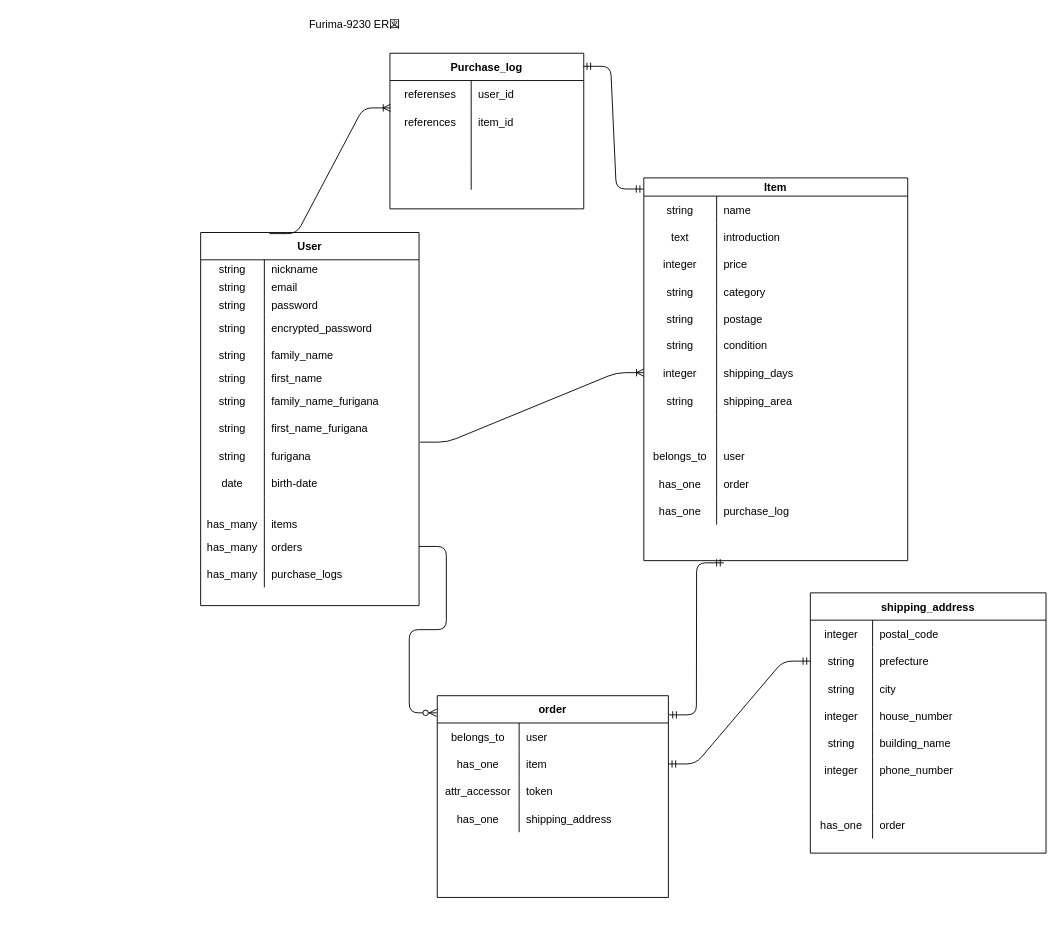
Earlier version of the draw.io diagram test.dio (makuto114/furima-9230). Source tidied: cells renumbered, new cells numbered last; positions are measured from the earlier drawing's top-left corner, leaving out a move shared by most shapes. Both pictures are drawn from the tidied source at 91%, with x=0, y=0 at pixel (200, 15).
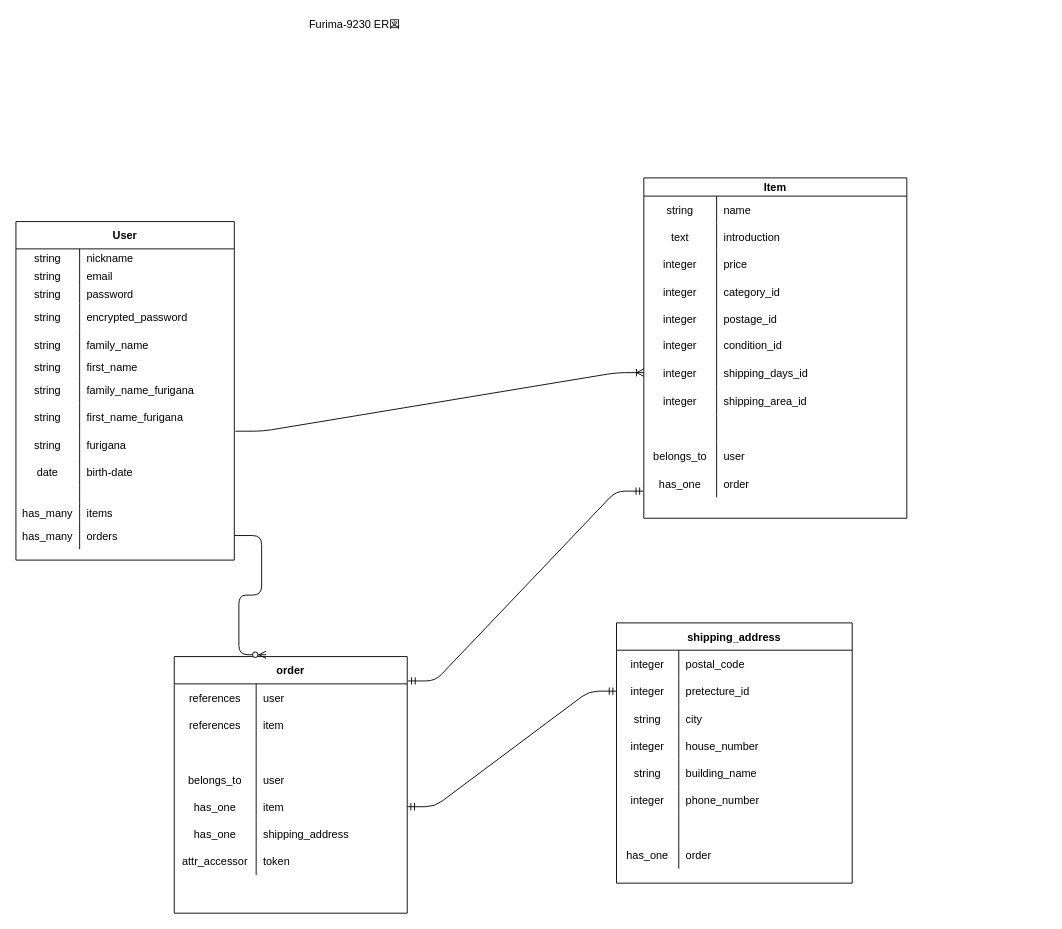
The same diagram, later.

Commit message (it also covers changes not shown here):
ER図・README　修正２回目

The change refers to these unchanged cells:
```xml
<mxCell id="39" style="shape=partialRectangle;fillColor=none;top=0;left=0;bottom=0;right=0;points=[[0,0.5],[1,0.5]];portConstraint=eastwest;" parent="2" vertex="1">
  <mxGeometry y="330" width="240" height="30" as="geometry" />
</mxCell>
<mxCell id="102" style="shape=partialRectangle;fillColor=none;top=0;left=0;bottom=0;right=0;points=[[0,0.5],[1,0.5]];portConstraint=eastwest;" parent="98" vertex="1">
  <mxGeometry y="60" width="259" height="30" as="geometry" />
</mxCell>
```

Change to the diagram source:
```diff
@@
     <mxCell id="2" value="User" style="shape=table;startSize=30;childLayout=tableLayout;rowLines=0;fontStyle=1;align=center;" parent="1" vertex="1">
-      <mxGeometry y="238" width="240" height="410" as="geometry" />
+      <mxGeometry x="-203" y="226" width="240" height="372" as="geometry" />
     </mxCell>
@@
-    <mxCell id="42" style="shape=partialRectangle;fillColor=none;top=0;left=0;bottom=0;right=0;" parent="2" vertex="1">
-      <mxGeometry y="360" width="240" height="30" as="geometry" />
-    </mxCell>
-    <mxCell id="43" value="has_many" style="shape=partialRectangle;fillColor=none;top=0;left=0;bottom=0;right=0;overflow=hidden;" parent="42" vertex="1">
-      <mxGeometry width="70" height="30" as="geometry" />
-    </mxCell>
-    <mxCell id="44" value="purchase_logs" style="shape=partialRectangle;fillColor=none;top=0;left=0;bottom=0;right=0;align=left;spacingLeft=6;overflow=hidden;" parent="42" vertex="1">
-      <mxGeometry x="70" width="170" height="30" as="geometry" />
-    </mxCell>
     <mxCell id="45" value="Item" style="shape=table;startSize=20;childLayout=tableLayout;rowLines=0;fontStyle=1;align=center;" parent="1" vertex="1">
-      <mxGeometry x="487" y="178" width="290" height="420.6" as="geometry" />
+      <mxGeometry x="487" y="178" width="289" height="374" as="geometry" />
     </mxCell>
     <mxCell id="46" style="shape=partialRectangle;fillColor=none;top=0;left=0;bottom=0;right=0;" parent="45" vertex="1">
-      <mxGeometry y="20" width="290" height="30" as="geometry" />
+      <mxGeometry y="20" width="289" height="30" as="geometry" />
     </mxCell>
@@
     <mxCell id="48" value="name" style="shape=partialRectangle;fillColor=none;top=0;left=0;bottom=0;right=0;align=left;spacingLeft=6;overflow=hidden;" parent="46" vertex="1">
-      <mxGeometry x="80" width="210" height="30" as="geometry" />
+      <mxGeometry x="80" width="209" height="30" as="geometry" />
     </mxCell>
     <mxCell id="49" style="shape=partialRectangle;fillColor=none;top=0;left=0;bottom=0;right=0;" parent="45" vertex="1">
-      <mxGeometry y="50" width="290" height="30" as="geometry" />
+      <mxGeometry y="50" width="289" height="30" as="geometry" />
     </mxCell>
@@
     <mxCell id="51" value="introduction" style="shape=partialRectangle;fillColor=none;top=0;left=0;bottom=0;right=0;align=left;spacingLeft=6;overflow=hidden;" parent="49" vertex="1">
-      <mxGeometry x="80" width="210" height="30" as="geometry" />
+      <mxGeometry x="80" width="209" height="30" as="geometry" />
     </mxCell>
     <mxCell id="52" style="shape=partialRectangle;fillColor=none;top=0;left=0;bottom=0;right=0;" parent="45" vertex="1">
-      <mxGeometry y="80" width="290" height="30" as="geometry" />
+      <mxGeometry y="80" width="289" height="30" as="geometry" />
     </mxCell>
@@
     <mxCell id="54" value="price" style="shape=partialRectangle;fillColor=none;top=0;left=0;bottom=0;right=0;align=left;spacingLeft=6;overflow=hidden;" parent="52" vertex="1">
-      <mxGeometry x="80" width="210" height="30" as="geometry" />
+      <mxGeometry x="80" width="209" height="30" as="geometry" />
     </mxCell>
     <mxCell id="55" style="shape=partialRectangle;fillColor=none;top=0;left=0;bottom=0;right=0;" parent="45" vertex="1">
-      <mxGeometry y="110" width="290" height="30" as="geometry" />
+      <mxGeometry y="110" width="289" height="30" as="geometry" />
     </mxCell>
-    <mxCell id="56" value="string" style="shape=partialRectangle;fillColor=none;top=0;left=0;bottom=0;right=0;overflow=hidden;" parent="55" vertex="1">
+    <mxCell id="56" value="integer" style="shape=partialRectangle;fillColor=none;top=0;left=0;bottom=0;right=0;overflow=hidden;" parent="55" vertex="1">
       <mxGeometry width="80" height="30" as="geometry" />
     </mxCell>
-    <mxCell id="57" value="category" style="shape=partialRectangle;fillColor=none;top=0;left=0;bottom=0;right=0;align=left;spacingLeft=6;overflow=hidden;" parent="55" vertex="1">
-      <mxGeometry x="80" width="210" height="30" as="geometry" />
+    <mxCell id="57" value="category_id" style="shape=partialRectangle;fillColor=none;top=0;left=0;bottom=0;right=0;align=left;spacingLeft=6;overflow=hidden;" parent="55" vertex="1">
+      <mxGeometry x="80" width="209" height="30" as="geometry" />
     </mxCell>
     <mxCell id="58" style="shape=partialRectangle;fillColor=none;top=0;left=0;bottom=0;right=0;" parent="45" vertex="1">
-      <mxGeometry y="140" width="290" height="29" as="geometry" />
+      <mxGeometry y="140" width="289" height="29" as="geometry" />
     </mxCell>
-    <mxCell id="59" value="string" style="shape=partialRectangle;fillColor=none;top=0;left=0;bottom=0;right=0;overflow=hidden;" parent="58" vertex="1">
+    <mxCell id="59" value="integer" style="shape=partialRectangle;fillColor=none;top=0;left=0;bottom=0;right=0;overflow=hidden;" parent="58" vertex="1">
       <mxGeometry width="80" height="29" as="geometry" />
     </mxCell>
-    <mxCell id="60" value="postage" style="shape=partialRectangle;fillColor=none;top=0;left=0;bottom=0;right=0;align=left;spacingLeft=6;overflow=hidden;" parent="58" vertex="1">
-      <mxGeometry x="80" width="210" height="29" as="geometry" />
+    <mxCell id="60" value="postage_id" style="shape=partialRectangle;fillColor=none;top=0;left=0;bottom=0;right=0;align=left;spacingLeft=6;overflow=hidden;" parent="58" vertex="1">
+      <mxGeometry x="80" width="209" height="29" as="geometry" />
     </mxCell>
     <mxCell id="61" style="shape=partialRectangle;fillColor=none;top=0;left=0;bottom=0;right=0;" parent="45" vertex="1">
-      <mxGeometry y="169" width="290" height="30" as="geometry" />
+      <mxGeometry y="169" width="289" height="30" as="geometry" />
     </mxCell>
-    <mxCell id="62" value="string" style="shape=partialRectangle;fillColor=none;top=0;left=0;bottom=0;right=0;overflow=hidden;" parent="61" vertex="1">
+    <mxCell id="62" value="integer" style="shape=partialRectangle;fillColor=none;top=0;left=0;bottom=0;right=0;overflow=hidden;" parent="61" vertex="1">
       <mxGeometry width="80" height="30" as="geometry" />
     </mxCell>
-    <mxCell id="63" value="condition" style="shape=partialRectangle;fillColor=none;top=0;left=0;bottom=0;right=0;align=left;spacingLeft=6;overflow=hidden;" parent="61" vertex="1">
-      <mxGeometry x="80" width="210" height="30" as="geometry" />
+    <mxCell id="63" value="condition_id" style="shape=partialRectangle;fillColor=none;top=0;left=0;bottom=0;right=0;align=left;spacingLeft=6;overflow=hidden;" parent="61" vertex="1">
+      <mxGeometry x="80" width="209" height="30" as="geometry" />
     </mxCell>
     <mxCell id="64" style="shape=partialRectangle;fillColor=none;top=0;left=0;bottom=0;right=0;points=[[0,0.5],[1,0.5]];portConstraint=eastwest;" parent="45" vertex="1">
-      <mxGeometry y="199" width="290" height="30" as="geometry" />
+      <mxGeometry y="199" width="289" height="30" as="geometry" />
     </mxCell>
@@
-    <mxCell id="66" value="shipping_days" style="shape=partialRectangle;fillColor=none;top=0;left=0;bottom=0;right=0;align=left;spacingLeft=6;overflow=hidden;" parent="64" vertex="1">
-      <mxGeometry x="80" width="210" height="30" as="geometry" />
+    <mxCell id="66" value="shipping_days_id" style="shape=partialRectangle;fillColor=none;top=0;left=0;bottom=0;right=0;align=left;spacingLeft=6;overflow=hidden;" parent="64" vertex="1">
+      <mxGeometry x="80" width="209" height="30" as="geometry" />
     </mxCell>
     <mxCell id="67" style="shape=partialRectangle;fillColor=none;top=0;left=0;bottom=0;right=0;" parent="45" vertex="1">
-      <mxGeometry y="229" width="290" height="32" as="geometry" />
+      <mxGeometry y="229" width="289" height="32" as="geometry" />
     </mxCell>
-    <mxCell id="68" value="string" style="shape=partialRectangle;fillColor=none;top=0;left=0;bottom=0;right=0;overflow=hidden;" parent="67" vertex="1">
+    <mxCell id="68" value="integer" style="shape=partialRectangle;fillColor=none;top=0;left=0;bottom=0;right=0;overflow=hidden;" parent="67" vertex="1">
       <mxGeometry width="80" height="32" as="geometry" />
     </mxCell>
-    <mxCell id="69" value="shipping_area" style="shape=partialRectangle;fillColor=none;top=0;left=0;bottom=0;right=0;align=left;spacingLeft=6;overflow=hidden;" parent="67" vertex="1">
-      <mxGeometry x="80" width="210" height="32" as="geometry" />
+    <mxCell id="69" value="shipping_area_id" style="shape=partialRectangle;fillColor=none;top=0;left=0;bottom=0;right=0;align=left;spacingLeft=6;overflow=hidden;" parent="67" vertex="1">
+      <mxGeometry x="80" width="209" height="32" as="geometry" />
     </mxCell>
     <mxCell id="70" style="shape=partialRectangle;fillColor=none;top=0;left=0;bottom=0;right=0;" parent="45" vertex="1">
-      <mxGeometry y="261" width="290" height="30" as="geometry" />
+      <mxGeometry y="261" width="289" height="30" as="geometry" />
     </mxCell>
@@
     <mxCell id="72" style="shape=partialRectangle;fillColor=none;top=0;left=0;bottom=0;right=0;align=left;spacingLeft=6;overflow=hidden;" parent="70" vertex="1">
-      <mxGeometry x="80" width="210" height="30" as="geometry" />
+      <mxGeometry x="80" width="209" height="30" as="geometry" />
     </mxCell>
     <mxCell id="73" style="shape=partialRectangle;fillColor=none;top=0;left=0;bottom=0;right=0;" parent="45" vertex="1">
-      <mxGeometry y="291" width="290" height="30" as="geometry" />
+      <mxGeometry y="291" width="289" height="30" as="geometry" />
     </mxCell>
@@
     <mxCell id="75" value="user" style="shape=partialRectangle;fillColor=none;top=0;left=0;bottom=0;right=0;align=left;spacingLeft=6;overflow=hidden;" parent="73" vertex="1">
-      <mxGeometry x="80" width="210" height="30" as="geometry" />
+      <mxGeometry x="80" width="209" height="30" as="geometry" />
     </mxCell>
     <mxCell id="76" style="shape=partialRectangle;fillColor=none;top=0;left=0;bottom=0;right=0;points=[[0,0.5],[1,0.5]];portConstraint=eastwest;" parent="45" vertex="1">
-      <mxGeometry y="321" width="290" height="30" as="geometry" />
+      <mxGeometry y="321" width="289" height="30" as="geometry" />
     </mxCell>
@@
     <mxCell id="78" value="order" style="shape=partialRectangle;fillColor=none;top=0;left=0;bottom=0;right=0;align=left;spacingLeft=6;overflow=hidden;" parent="76" vertex="1">
-      <mxGeometry x="80" width="210" height="30" as="geometry" />
+      <mxGeometry x="80" width="209" height="30" as="geometry" />
     </mxCell>
-    <mxCell id="79" style="shape=partialRectangle;fillColor=none;top=0;left=0;bottom=0;right=0;" parent="45" vertex="1">
-      <mxGeometry y="351" width="290" height="30" as="geometry" />
-    </mxCell>
-    <mxCell id="80" value="has_one" style="shape=partialRectangle;fillColor=none;top=0;left=0;bottom=0;right=0;overflow=hidden;" parent="79" vertex="1">
-      <mxGeometry width="80" height="30" as="geometry" />
-    </mxCell>
-    <mxCell id="81" value="purchase_log" style="shape=partialRectangle;fillColor=none;top=0;left=0;bottom=0;right=0;align=left;spacingLeft=6;overflow=hidden;" parent="79" vertex="1">
-      <mxGeometry x="80" width="210" height="30" as="geometry" />
-    </mxCell>
     <mxCell id="82" value="order" style="shape=table;startSize=30;childLayout=tableLayout;rowLines=0;fontStyle=1;align=center;" parent="1" vertex="1">
-      <mxGeometry x="260" y="747" width="254" height="221.7" as="geometry" />
+      <mxGeometry x="-29" y="704" width="256" height="282" as="geometry" />
     </mxCell>
+    <mxCell id="140" style="shape=partialRectangle;fillColor=none;top=0;left=0;bottom=0;right=0;" parent="82" vertex="1">
+      <mxGeometry y="30" width="256" height="30" as="geometry" />
+    </mxCell>
+    <mxCell id="141" value="references" style="shape=partialRectangle;fillColor=none;top=0;left=0;bottom=0;right=0;overflow=hidden;" parent="140" vertex="1">
+      <mxGeometry width="90" height="30" as="geometry" />
+    </mxCell>
+    <mxCell id="142" value="user" style="shape=partialRectangle;fillColor=none;top=0;left=0;bottom=0;right=0;align=left;spacingLeft=6;overflow=hidden;" parent="140" vertex="1">
+      <mxGeometry x="90" width="166" height="30" as="geometry" />
+    </mxCell>
+    <mxCell id="143" style="shape=partialRectangle;fillColor=none;top=0;left=0;bottom=0;right=0;" parent="82" vertex="1">
+      <mxGeometry y="60" width="256" height="30" as="geometry" />
+    </mxCell>
+    <mxCell id="144" value="references" style="shape=partialRectangle;fillColor=none;top=0;left=0;bottom=0;right=0;overflow=hidden;" parent="143" vertex="1">
+      <mxGeometry width="90" height="30" as="geometry" />
+    </mxCell>
+    <mxCell id="145" value="item" style="shape=partialRectangle;fillColor=none;top=0;left=0;bottom=0;right=0;align=left;spacingLeft=6;overflow=hidden;" parent="143" vertex="1">
+      <mxGeometry x="90" width="166" height="30" as="geometry" />
+    </mxCell>
+    <mxCell id="146" style="shape=partialRectangle;fillColor=none;top=0;left=0;bottom=0;right=0;" parent="82" vertex="1">
+      <mxGeometry y="90" width="256" height="30" as="geometry" />
+    </mxCell>
+    <mxCell id="147" style="shape=partialRectangle;fillColor=none;top=0;left=0;bottom=0;right=0;overflow=hidden;" parent="146" vertex="1">
+      <mxGeometry width="90" height="30" as="geometry" />
+    </mxCell>
+    <mxCell id="148" style="shape=partialRectangle;fillColor=none;top=0;left=0;bottom=0;right=0;align=left;spacingLeft=6;overflow=hidden;" parent="146" vertex="1">
+      <mxGeometry x="90" width="166" height="30" as="geometry" />
+    </mxCell>
     <mxCell id="83" style="shape=partialRectangle;fillColor=none;top=0;left=0;bottom=0;right=0;" parent="82" vertex="1">
-      <mxGeometry y="30" width="254" height="30" as="geometry" />
+      <mxGeometry y="120" width="256" height="30" as="geometry" />
     </mxCell>
@@
     <mxCell id="85" value="user" style="shape=partialRectangle;fillColor=none;top=0;left=0;bottom=0;right=0;align=left;spacingLeft=6;overflow=hidden;" parent="83" vertex="1">
-      <mxGeometry x="90" width="164" height="30" as="geometry" />
+      <mxGeometry x="90" width="166" height="30" as="geometry" />
     </mxCell>
     <mxCell id="86" style="shape=partialRectangle;fillColor=none;top=0;left=0;bottom=0;right=0;points=[[0,0.5],[1,0.5]];portConstraint=eastwest;" parent="82" vertex="1">
-      <mxGeometry y="60" width="254" height="30" as="geometry" />
+      <mxGeometry y="150" width="256" height="30" as="geometry" />
     </mxCell>
@@
     <mxCell id="88" value="item" style="shape=partialRectangle;fillColor=none;top=0;left=0;bottom=0;right=0;align=left;spacingLeft=6;overflow=hidden;" parent="86" vertex="1">
-      <mxGeometry x="90" width="164" height="30" as="geometry" />
+      <mxGeometry x="90" width="166" height="30" as="geometry" />
     </mxCell>
+    <mxCell id="149" style="shape=partialRectangle;fillColor=none;top=0;left=0;bottom=0;right=0;" parent="82" vertex="1">
+      <mxGeometry y="180" width="256" height="30" as="geometry" />
+    </mxCell>
+    <mxCell id="93" value="has_one" style="shape=partialRectangle;fillColor=none;top=0;left=0;bottom=0;right=0;overflow=hidden;" parent="149" vertex="1">
+      <mxGeometry width="90" height="30" as="geometry" />
+    </mxCell>
+    <mxCell id="94" value="shipping_address" style="shape=partialRectangle;fillColor=none;top=0;left=0;bottom=0;right=0;align=left;spacingLeft=6;overflow=hidden;" parent="149" vertex="1">
+      <mxGeometry x="90" width="166" height="30" as="geometry" />
+    </mxCell>
     <mxCell id="89" style="shape=partialRectangle;fillColor=none;top=0;left=0;bottom=0;right=0;" parent="82" vertex="1">
-      <mxGeometry y="90" width="254" height="30" as="geometry" />
+      <mxGeometry y="210" width="256" height="30" as="geometry" />
     </mxCell>
@@
     <mxCell id="91" value="token" style="shape=partialRectangle;fillColor=none;top=0;left=0;bottom=0;right=0;align=left;spacingLeft=6;overflow=hidden;" parent="89" vertex="1">
-      <mxGeometry x="90" width="164" height="30" as="geometry" />
+      <mxGeometry x="90" width="166" height="30" as="geometry" />
     </mxCell>
-    <mxCell id="92" style="shape=partialRectangle;fillColor=none;top=0;left=0;bottom=0;right=0;" parent="82" vertex="1">
-      <mxGeometry y="120" width="254" height="30" as="geometry" />
-    </mxCell>
-    <mxCell id="93" value="has_one" style="shape=partialRectangle;fillColor=none;top=0;left=0;bottom=0;right=0;overflow=hidden;" parent="92" vertex="1">
-      <mxGeometry width="90" height="30" as="geometry" />
-    </mxCell>
-    <mxCell id="94" value="shipping_address" style="shape=partialRectangle;fillColor=none;top=0;left=0;bottom=0;right=0;align=left;spacingLeft=6;overflow=hidden;" parent="92" vertex="1">
-      <mxGeometry x="90" width="164" height="30" as="geometry" />
-    </mxCell>
-    <mxCell id="95" style="edgeStyle=entityRelationEdgeStyle;fontSize=12;html=1;endArrow=ERzeroToMany;endFill=1;entryX=-0.003;entryY=0.085;entryDx=0;entryDy=0;entryPerimeter=0;" parent="1" edge="1" source="39" target="82">
-      <mxGeometry relative="1" as="geometry" />
+    <mxCell id="95" style="edgeStyle=entityRelationEdgeStyle;fontSize=12;html=1;endArrow=ERzeroToMany;endFill=1;" parent="1" edge="1" source="39">
+      <mxGeometry relative="1" as="geometry">
+        <mxPoint x="72" y="702" as="targetPoint" />
+      </mxGeometry>
     </mxCell>
-    <mxCell id="96" style="edgeStyle=entityRelationEdgeStyle;fontSize=12;html=1;endArrow=ERmandOne;startArrow=ERmandOne;exitX=1.003;exitY=0.095;exitDx=0;exitDy=0;exitPerimeter=0;" parent="1" edge="1" source="82">
-      <mxGeometry relative="1" as="geometry">
-        <mxPoint x="575" y="601" as="targetPoint" />
-      </mxGeometry>
+    <mxCell id="96" style="edgeStyle=entityRelationEdgeStyle;fontSize=12;html=1;endArrow=ERmandOne;startArrow=ERmandOne;exitX=1.003;exitY=0.095;exitDx=0;exitDy=0;exitPerimeter=0;entryX=-0.002;entryY=0.773;entryDx=0;entryDy=0;entryPerimeter=0;" parent="1" edge="1" source="82" target="76">
+      <mxGeometry relative="1" as="geometry" />
     </mxCell>
@@
     <mxCell id="98" value="shipping_address" style="shape=table;startSize=30;childLayout=tableLayout;rowLines=0;fontStyle=1;align=center;" parent="1" vertex="1">
-      <mxGeometry x="670" y="634" width="259" height="286" as="geometry" />
+      <mxGeometry x="457" y="667" width="259" height="286" as="geometry" />
     </mxCell>
@@
-    <mxCell id="103" value="string" style="shape=partialRectangle;fillColor=none;top=0;left=0;bottom=0;right=0;overflow=hidden;" parent="102" vertex="1">
+    <mxCell id="103" value="integer" style="shape=partialRectangle;fillColor=none;top=0;left=0;bottom=0;right=0;overflow=hidden;" parent="102" vertex="1">
       <mxGeometry width="68.4" height="30" as="geometry" />
     </mxCell>
-    <mxCell id="104" value="prefecture" style="shape=partialRectangle;fillColor=none;top=0;left=0;bottom=0;right=0;align=left;spacingLeft=6;overflow=hidden;" parent="102" vertex="1">
+    <mxCell id="104" value="pretecture_id" style="shape=partialRectangle;fillColor=none;top=0;left=0;bottom=0;right=0;align=left;spacingLeft=6;overflow=hidden;" parent="102" vertex="1">
       <mxGeometry x="68.4" width="190.6" height="30" as="geometry" />
     </mxCell>
@@
-    <mxCell id="124" value="Purchase_log" style="shape=table;startSize=30;childLayout=tableLayout;rowLines=0;fontStyle=1;align=center;" parent="1" vertex="1">
-      <mxGeometry x="208" y="41" width="213" height="171" as="geometry" />
-    </mxCell>
-    <mxCell id="125" style="shape=partialRectangle;fillColor=none;top=0;left=0;bottom=0;right=0;" parent="124" vertex="1">
-      <mxGeometry y="30" width="213" height="30" as="geometry" />
-    </mxCell>
-    <mxCell id="126" value="referenses" style="shape=partialRectangle;fillColor=none;top=0;left=0;bottom=0;right=0;overflow=hidden;" parent="125" vertex="1">
-      <mxGeometry width="89.3" height="30" as="geometry" />
-    </mxCell>
-    <mxCell id="127" value="user_id" style="shape=partialRectangle;fillColor=none;top=0;left=0;bottom=0;right=0;align=left;spacingLeft=6;overflow=hidden;" parent="125" vertex="1">
-      <mxGeometry x="89.3" width="123.7" height="30" as="geometry" />
-    </mxCell>
-    <mxCell id="128" style="shape=partialRectangle;fillColor=none;top=0;left=0;bottom=0;right=0;points=[[0,0.5],[1,0.5]];portConstraint=eastwest;" parent="124" vertex="1">
-      <mxGeometry y="60" width="213" height="30" as="geometry" />
-    </mxCell>
-    <mxCell id="129" value="references" style="shape=partialRectangle;fillColor=none;top=0;left=0;bottom=0;right=0;overflow=hidden;" parent="128" vertex="1">
-      <mxGeometry width="89.3" height="30" as="geometry" />
-    </mxCell>
-    <mxCell id="130" value="item_id" style="shape=partialRectangle;fillColor=none;top=0;left=0;bottom=0;right=0;align=left;spacingLeft=6;overflow=hidden;" parent="128" vertex="1">
-      <mxGeometry x="89.3" width="123.7" height="30" as="geometry" />
-    </mxCell>
-    <mxCell id="131" style="shape=partialRectangle;fillColor=none;top=0;left=0;bottom=0;right=0;" parent="124" vertex="1">
-      <mxGeometry y="90" width="213" height="30" as="geometry" />
-    </mxCell>
-    <mxCell id="132" style="shape=partialRectangle;fillColor=none;top=0;left=0;bottom=0;right=0;overflow=hidden;" parent="131" vertex="1">
-      <mxGeometry width="89.3" height="30" as="geometry" />
-    </mxCell>
-    <mxCell id="133" style="shape=partialRectangle;fillColor=none;top=0;left=0;bottom=0;right=0;align=left;spacingLeft=6;overflow=hidden;" parent="131" vertex="1">
-      <mxGeometry x="89.3" width="123.7" height="30" as="geometry" />
-    </mxCell>
-    <mxCell id="134" style="shape=partialRectangle;fillColor=none;top=0;left=0;bottom=0;right=0;" parent="124" vertex="1">
-      <mxGeometry y="120" width="213" height="30" as="geometry" />
-    </mxCell>
-    <mxCell id="135" style="shape=partialRectangle;fillColor=none;top=0;left=0;bottom=0;right=0;overflow=hidden;" parent="134" vertex="1">
-      <mxGeometry width="89.3" height="30" as="geometry" />
-    </mxCell>
-    <mxCell id="136" style="shape=partialRectangle;fillColor=none;top=0;left=0;bottom=0;right=0;align=left;spacingLeft=6;overflow=hidden;" parent="134" vertex="1">
-      <mxGeometry x="89.3" width="123.7" height="30" as="geometry" />
-    </mxCell>
-    <mxCell id="137" style="edgeStyle=entityRelationEdgeStyle;fontSize=12;html=1;endArrow=ERmandOne;startArrow=ERmandOne;exitX=0.998;exitY=0.084;exitDx=0;exitDy=0;exitPerimeter=0;entryX=-0.001;entryY=0.029;entryDx=0;entryDy=0;entryPerimeter=0;" parent="1" edge="1" source="124" target="45">
-      <mxGeometry relative="1" as="geometry" />
-    </mxCell>
-    <mxCell id="138" style="edgeStyle=entityRelationEdgeStyle;fontSize=12;html=1;endArrow=ERoneToMany;exitX=0.315;exitY=0.003;exitDx=0;exitDy=0;exitPerimeter=0;entryX=0.003;entryY=0.003;entryDx=0;entryDy=0;entryPerimeter=0;" parent="1" edge="1" source="2" target="128">
-      <mxGeometry relative="1" as="geometry" />
-    </mxCell>
```
